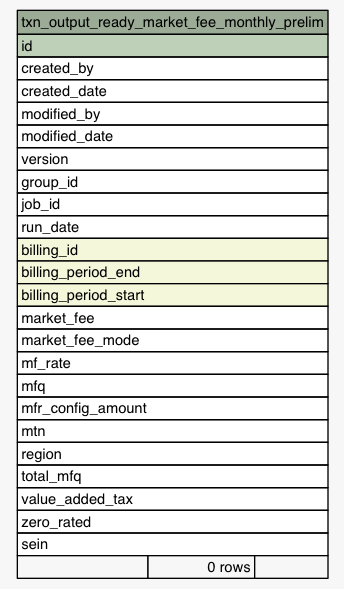
Before: Data/settlement/diagrams/summary/txn_output_ready_market_fee_monthly_prelim.1degree.png, a diagram exported from Graphviz (eyana-m/python-data-dictionary-writer). Its source is kept beside it as Data/settlement/diagrams/summary/txn_output_ready_market_fee_monthly_prelim.1degree.dot. The source it was exported from:
```dot
digraph "txn_output_ready_market_fee_monthly_prelim" {
  graph [
    rankdir="RL"
    bgcolor="#f7f7f7"
    nodesep="0.18"
    ranksep="0.46"
    fontname="Helvetica"
    fontsize="11"
  ];
  node [
    fontname="Helvetica"
    fontsize="11"
    shape="plaintext"
  ];
  edge [
    arrowsize="0.8"
  ];
  "txn_output_ready_market_fee_monthly_prelim" [
    label=<
    <TABLE BORDER="0" CELLBORDER="1" CELLSPACING="0" BGCOLOR="#ffffff">
      <TR><TD COLSPAN="3" BGCOLOR="#9bab96" ALIGN="CENTER">txn_output_ready_market_fee_monthly_prelim</TD></TR>
      <TR><TD PORT="id" COLSPAN="3" BGCOLOR="#bed1b8" ALIGN="LEFT">id</TD></TR>
      <TR><TD PORT="created_by" COLSPAN="3" ALIGN="LEFT">created_by</TD></TR>
      <TR><TD PORT="created_date" COLSPAN="3" ALIGN="LEFT">created_date</TD></TR>
      <TR><TD PORT="modified_by" COLSPAN="3" ALIGN="LEFT">modified_by</TD></TR>
      <TR><TD PORT="modified_date" COLSPAN="3" ALIGN="LEFT">modified_date</TD></TR>
      <TR><TD PORT="version" COLSPAN="3" ALIGN="LEFT">version</TD></TR>
      <TR><TD PORT="group_id" COLSPAN="3" ALIGN="LEFT">group_id</TD></TR>
      <TR><TD PORT="job_id" COLSPAN="3" ALIGN="LEFT">job_id</TD></TR>
      <TR><TD PORT="run_date" COLSPAN="3" ALIGN="LEFT">run_date</TD></TR>
      <TR><TD PORT="billing_id" COLSPAN="3" BGCOLOR="#f4f7da" ALIGN="LEFT">billing_id</TD></TR>
      <TR><TD PORT="billing_period_end" COLSPAN="3" BGCOLOR="#f4f7da" ALIGN="LEFT">billing_period_end</TD></TR>
      <TR><TD PORT="billing_period_start" COLSPAN="3" BGCOLOR="#f4f7da" ALIGN="LEFT">billing_period_start</TD></TR>
      <TR><TD PORT="market_fee" COLSPAN="3" ALIGN="LEFT">market_fee</TD></TR>
      <TR><TD PORT="market_fee_mode" COLSPAN="3" ALIGN="LEFT">market_fee_mode</TD></TR>
      <TR><TD PORT="mf_rate" COLSPAN="3" ALIGN="LEFT">mf_rate</TD></TR>
      <TR><TD PORT="mfq" COLSPAN="3" ALIGN="LEFT">mfq</TD></TR>
      <TR><TD PORT="mfr_config_amount" COLSPAN="3" ALIGN="LEFT">mfr_config_amount</TD></TR>
      <TR><TD PORT="mtn" COLSPAN="3" ALIGN="LEFT">mtn</TD></TR>
      <TR><TD PORT="region" COLSPAN="3" ALIGN="LEFT">region</TD></TR>
      <TR><TD PORT="total_mfq" COLSPAN="3" ALIGN="LEFT">total_mfq</TD></TR>
      <TR><TD PORT="value_added_tax" COLSPAN="3" ALIGN="LEFT">value_added_tax</TD></TR>
      <TR><TD PORT="zero_rated" COLSPAN="3" ALIGN="LEFT">zero_rated</TD></TR>
      <TR><TD PORT="sein" COLSPAN="3" ALIGN="LEFT">sein</TD></TR>
      <TR><TD ALIGN="LEFT" BGCOLOR="#f7f7f7">  </TD><TD ALIGN="RIGHT" BGCOLOR="#f7f7f7">0 rows</TD><TD ALIGN="RIGHT" BGCOLOR="#f7f7f7">  </TD></TR>
    </TABLE>>
    URL="tables/txn_output_ready_market_fee_monthly_prelim.html"
    tooltip="txn_output_ready_market_fee_monthly_prelim"
  ];
}
```
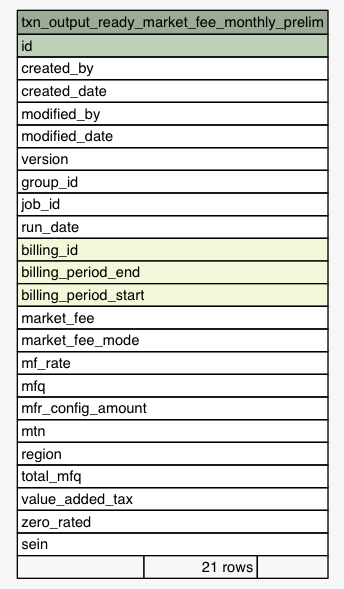
Above is the later version.

Change to the diagram source:
```diff
@@ -42,7 +42,7 @@
       <TR><TD PORT="value_added_tax" COLSPAN="3" ALIGN="LEFT">value_added_tax</TD></TR>
       <TR><TD PORT="zero_rated" COLSPAN="3" ALIGN="LEFT">zero_rated</TD></TR>
       <TR><TD PORT="sein" COLSPAN="3" ALIGN="LEFT">sein</TD></TR>
-      <TR><TD ALIGN="LEFT" BGCOLOR="#f7f7f7">  </TD><TD ALIGN="RIGHT" BGCOLOR="#f7f7f7">0 rows</TD><TD ALIGN="RIGHT" BGCOLOR="#f7f7f7">  </TD></TR>
+      <TR><TD ALIGN="LEFT" BGCOLOR="#f7f7f7">  </TD><TD ALIGN="RIGHT" BGCOLOR="#f7f7f7">21 rows</TD><TD ALIGN="RIGHT" BGCOLOR="#f7f7f7">  </TD></TR>
     </TABLE>>
     URL="tables/txn_output_ready_market_fee_monthly_prelim.html"
     tooltip="txn_output_ready_market_fee_monthly_prelim"
```
